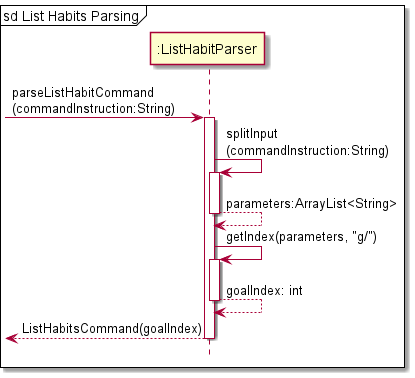
Before: docs/Diagram_Images/Implementation_Diagram_Images/ListHabitsCommandParserSequenceDiagram.png, a diagram exported from PlantUML (nus-cs2113-AY2122S1/tp).
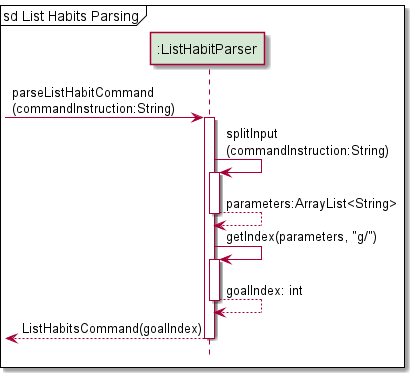
Later version of the same file.

What changed in the source:
```diff
@@ -1,22 +1,24 @@
 @startuml
 !include Style.puml
 
+participant ":ListHabitParser" as ListHabitParser PARSER_COLOUR
+
 mainframe sd List Habits Parsing
 
--> ":ListHabitParser": parseListHabitCommand\n(commandInstruction:String)
-activate ":ListHabitParser"
+-> ListHabitParser: parseListHabitCommand\n(commandInstruction:String)
+activate ListHabitParser
 
-":ListHabitParser" -> ":ListHabitParser": splitInput\n(commandInstruction:String)
-activate ":ListHabitParser"
-":ListHabitParser" --> ":ListHabitParser": parameters:ArrayList<String>
-deactivate ":ListHabitParser"
+ListHabitParser -> ListHabitParser: splitInput\n(commandInstruction:String)
+activate ListHabitParser
+ListHabitParser --> ListHabitParser: parameters:ArrayList<String>
+deactivate ListHabitParser
 
-":ListHabitParser" -> ":ListHabitParser": getIndex(parameters, "g/")
-activate ":ListHabitParser"
-":ListHabitParser" --> ":ListHabitParser": goalIndex: int
-deactivate ":ListHabitParser"
+ListHabitParser -> ListHabitParser: getIndex(parameters, "g/")
+activate ListHabitParser
+ListHabitParser --> ListHabitParser: goalIndex: int
+deactivate ListHabitParser
 
-<-- ":ListHabitParser": ListHabitsCommand(goalIndex)
-deactivate ":ListHabitParser"
+<-- ListHabitParser: ListHabitsCommand(goalIndex)
+deactivate ListHabitParser
 
 @enduml
```
